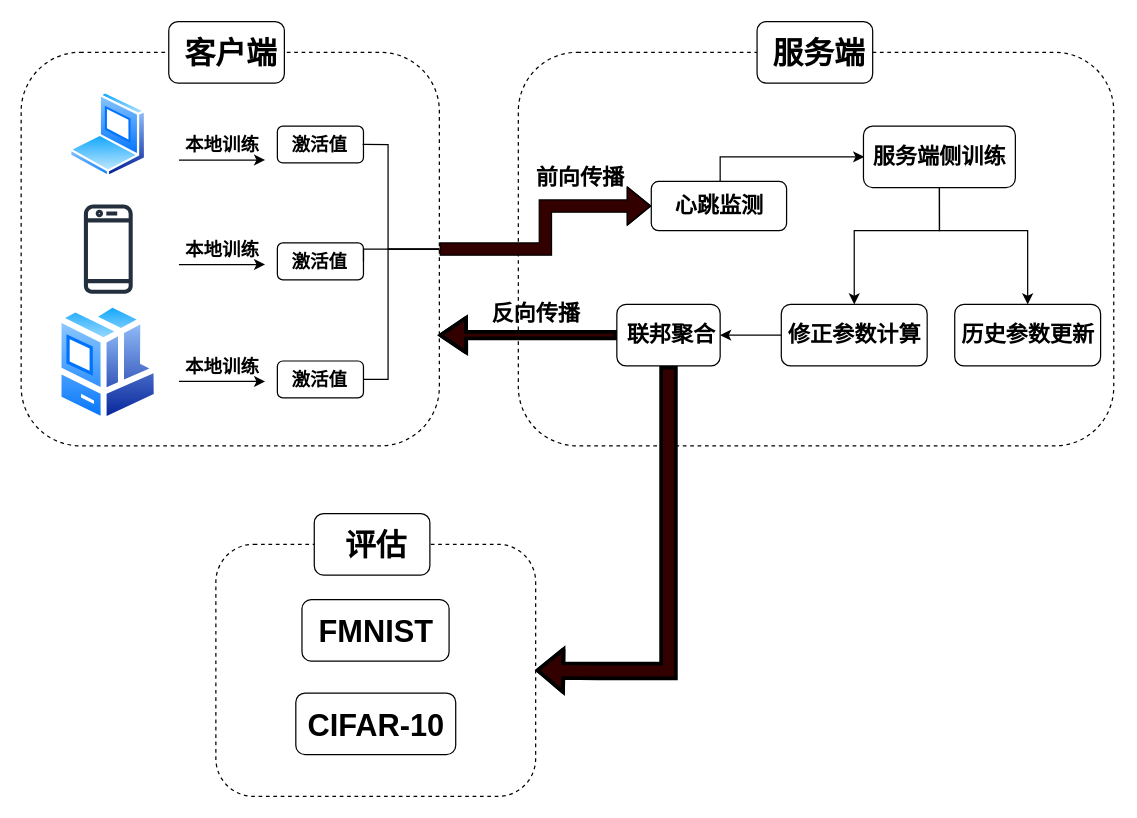
XiaoWenZz/draw-io keeps this draw.io diagram as 技术路线图.drawio. Above is the earlier version. Source tidied: cells renumbered, new cells numbered last; positions are measured from the earlier drawing's top-left corner, leaving out a move shared by most shapes. Both pictures are drawn from the tidied source at 123%, with x=0, y=0 at pixel (21, 21).
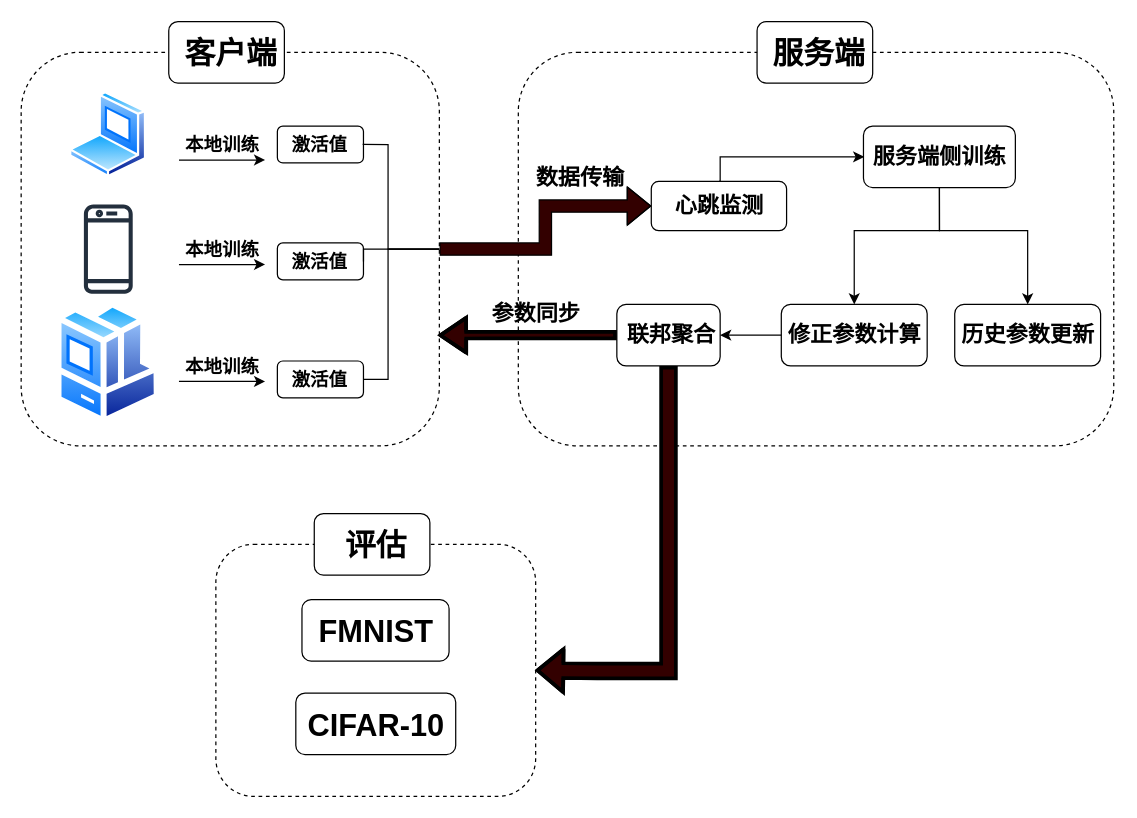
After the change.

Commit message:
更新技术路线图.drawio

Change to the diagram source:
```diff
@@
-    <mxCell id="70" value="&lt;b&gt;&lt;font style=&quot;font-size: 18px;&quot;&gt;反向传播&lt;/font&gt;&lt;/b&gt;" style="text;html=1;align=center;verticalAlign=middle;strokeColor=none;fillColor=none;" parent="1" vertex="1">
+    <mxCell id="70" value="&lt;b&gt;&lt;font style=&quot;font-size: 18px;&quot;&gt;参数同步&lt;/font&gt;&lt;/b&gt;" style="text;html=1;align=center;verticalAlign=middle;strokeColor=none;fillColor=none;" parent="1" vertex="1">
       <mxGeometry x="368" y="217.7" width="100" height="40" as="geometry" />
     </mxCell>
-    <mxCell id="71" value="&lt;b&gt;&lt;font style=&quot;font-size: 18px;&quot;&gt;前向传播&lt;/font&gt;&lt;/b&gt;" style="text;html=1;align=center;verticalAlign=middle;strokeColor=none;fillColor=none;" parent="1" vertex="1">
+    <mxCell id="71" value="&lt;b&gt;&lt;font style=&quot;font-size: 18px;&quot;&gt;数据传输&lt;/font&gt;&lt;/b&gt;" style="text;html=1;align=center;verticalAlign=middle;strokeColor=none;fillColor=none;" parent="1" vertex="1">
       <mxGeometry x="403.9" y="107.3" width="100" height="40" as="geometry" />
     </mxCell>
```
